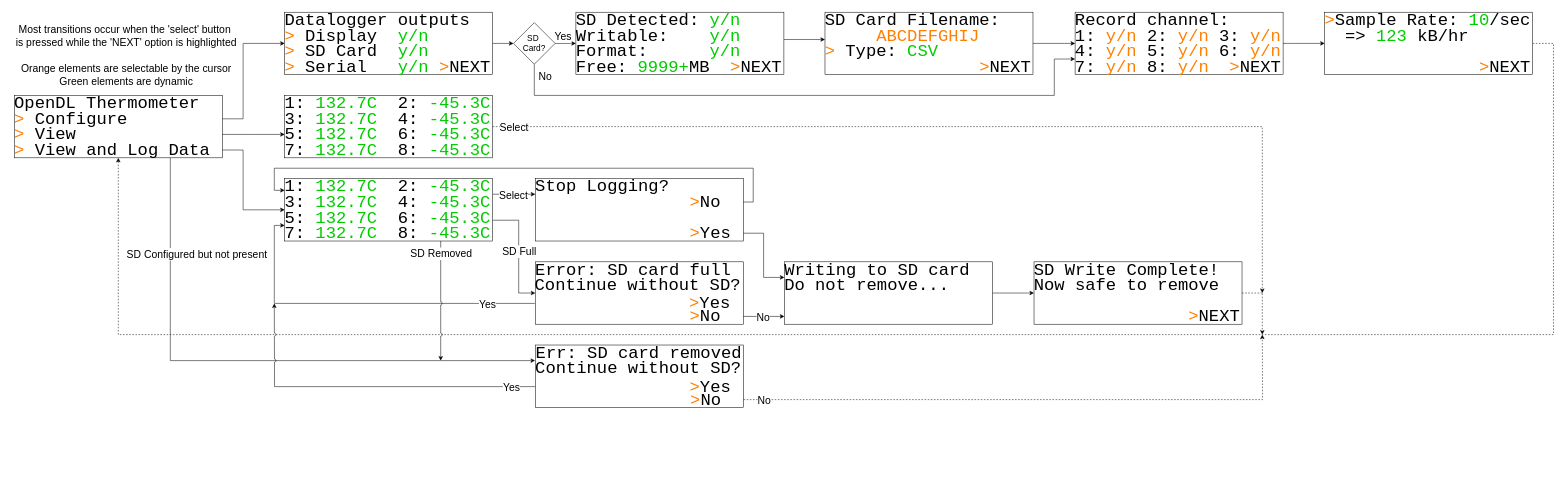
RossPorter506/OpenDataLoggerThermometer keeps this draw.io diagram as software/State Machine.drawio. Above is the earlier version. Source tidied: cells renumbered, new cells numbered last; positions are measured from the earlier drawing's top-left corner, leaving out a move shared by most shapes. Both pictures are drawn from the tidied source at 52%, with x=0, y=0 at pixel (9, 12).
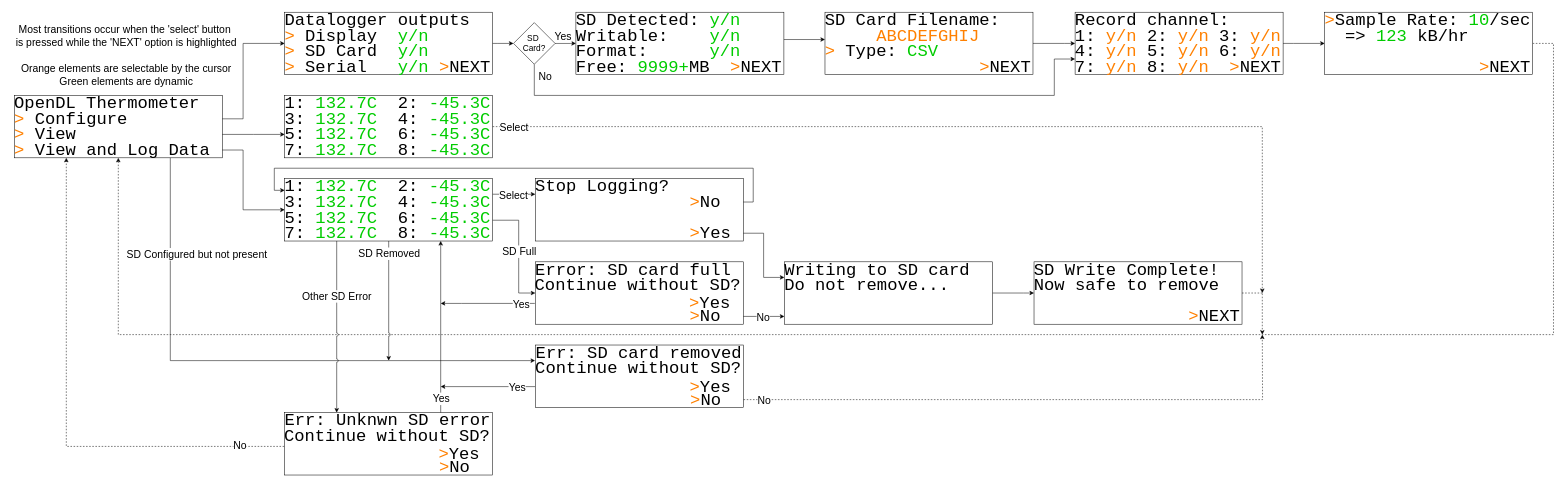
Above is the later version.

Commit message (it also covers changes not shown here):
Overhaul SD card error handling

Unchanged cells that the change refers to:
```xml
<mxCell id="12" value="&lt;font face=&quot;Courier New&quot;&gt;&lt;font color=&quot;#ff8000&quot;&gt;&amp;gt;&lt;/font&gt;&lt;font color=&quot;#00cc00&quot;&gt;&amp;nbsp;&lt;/font&gt;View and Log Data&lt;br&gt;&lt;/font&gt;" style="text;html=1;align=left;verticalAlign=middle;whiteSpace=wrap;rounded=0;fontSize=33;spacingRight=0;spacingTop=0;spacing=0;imageHeight=24;fixedWidth=1;" parent="1" vertex="1">
  <mxGeometry x="10" y="250" width="400" height="30" as="geometry" />
</mxCell>
<mxCell id="81" value="&lt;font face=&quot;Courier New&quot;&gt;&amp;nbsp; &amp;nbsp; &amp;nbsp; &amp;nbsp; &amp;nbsp; &amp;nbsp; &amp;nbsp; &amp;nbsp;&lt;font color=&quot;#ff8000&quot;&gt;&amp;gt;&lt;/font&gt;&lt;/font&gt;&lt;font face=&quot;Courier New&quot;&gt;Yes&lt;br&gt;&lt;/font&gt;" style="text;html=1;align=left;verticalAlign=middle;whiteSpace=wrap;rounded=0;fontSize=33;spacingRight=0;spacingTop=0;spacing=0;imageHeight=24;fixedWidth=1;" parent="1" vertex="1">
  <mxGeometry x="1011" y="545" width="400" height="30" as="geometry" />
</mxCell>
<mxCell id="88" value="&lt;font face=&quot;Courier New&quot;&gt;7: &lt;font color=&quot;#00cc00&quot;&gt;132.7C&lt;/font&gt;&amp;nbsp; 8: &lt;font color=&quot;#00cc00&quot;&gt;-45.3C&lt;/font&gt;&lt;br&gt;&lt;/font&gt;" style="text;html=1;align=left;verticalAlign=middle;whiteSpace=wrap;rounded=0;fontSize=33;spacingRight=0;spacingTop=0;spacing=0;imageHeight=24;fixedWidth=1;" parent="1" vertex="1">
  <mxGeometry x="530" y="410" width="400" height="30" as="geometry" />
</mxCell>
<mxCell id="98" value="&lt;font face=&quot;Courier New&quot;&gt;&amp;nbsp; &amp;nbsp; &amp;nbsp; &amp;nbsp; &amp;nbsp; &amp;nbsp; &amp;nbsp; &amp;nbsp;&lt;font color=&quot;#ff8000&quot;&gt;&amp;gt;&lt;/font&gt;&lt;/font&gt;&lt;font face=&quot;Courier New&quot;&gt;Yes&lt;br&gt;&lt;/font&gt;" style="text;html=1;align=left;verticalAlign=middle;whiteSpace=wrap;rounded=0;fontSize=33;spacingRight=0;spacingTop=0;spacing=0;imageHeight=24;fixedWidth=1;" parent="1" vertex="1">
  <mxGeometry x="1011.5" y="705" width="400" height="30" as="geometry" />
</mxCell>
<mxCell id="99" value="&lt;font face=&quot;Courier New&quot;&gt;Continue without SD?&lt;/font&gt;&lt;font face=&quot;Courier New&quot;&gt;&lt;br&gt;&lt;/font&gt;" style="text;html=1;align=left;verticalAlign=middle;whiteSpace=wrap;rounded=0;fontSize=33;spacingRight=0;spacingTop=0;spacing=0;imageHeight=24;fixedWidth=1;" parent="1" vertex="1">
  <mxGeometry x="1011.5" y="670" width="400" height="30" as="geometry" />
</mxCell>
```

Diff of the diagram source:
```diff
@@
-    <mxCell id="10" style="edgeStyle=orthogonalEdgeStyle;rounded=0;jettySize=auto;html=1;exitX=0.75;exitY=1;exitDx=0;exitDy=0;entryX=0;entryY=0;entryDx=0;entryDy=0;" parent="1" edge="1" source="12" target="99">
+    <mxCell id="10" style="edgeStyle=orthogonalEdgeStyle;rounded=0;jettySize=auto;html=1;exitX=0.75;exitY=1;exitDx=0;exitDy=0;entryX=0;entryY=0;entryDx=0;entryDy=0;jumpStyle=arc;" parent="1" edge="1" source="12" target="99">
       <mxGeometry relative="1" as="geometry">
         <Array as="points">
           <mxPoint x="310" y="670" />
         </Array>
       </mxGeometry>
     </mxCell>
@@
-    <mxCell id="79" style="edgeStyle=orthogonalEdgeStyle;rounded=0;jettySize=auto;html=1;exitX=0;exitY=0.5;exitDx=0;exitDy=0;entryX=0;entryY=0;entryDx=0;entryDy=0;" parent="1" edge="1" source="81">
+    <mxCell id="79" style="edgeStyle=orthogonalEdgeStyle;rounded=0;jettySize=auto;html=1;exitX=0;exitY=0.5;exitDx=0;exitDy=0;" parent="1" edge="1" source="81">
       <mxGeometry relative="1" as="geometry">
-        <mxPoint x="530" y="410" as="targetPoint" />
+        <mxPoint x="830" y="560" as="targetPoint" />
         <Array as="points">
-          <mxPoint x="510" y="560" />
-          <mxPoint x="510" y="410" />
+          <mxPoint x="870" y="560" />
+          <mxPoint x="870" y="560" />
         </Array>
       </mxGeometry>
     </mxCell>
     <mxCell id="80" value="Yes" style="edgeLabel;html=1;align=center;verticalAlign=middle;fontSize=20;" parent="79" vertex="1">
       <mxGeometry x="-0.72" y="-5" relative="1" as="geometry">
-        <mxPoint x="2" y="5" as="offset" />
+        <mxPoint x="-2" y="5" as="offset" />
       </mxGeometry>
     </mxCell>
@@
-    <mxCell id="86" style="edgeStyle=orthogonalEdgeStyle;rounded=0;jettySize=auto;html=1;exitX=0.75;exitY=1;exitDx=0;exitDy=0;jumpStyle=arc;" parent="1" edge="1" source="88">
+    <mxCell id="86" style="edgeStyle=orthogonalEdgeStyle;rounded=0;jettySize=auto;html=1;exitX=0.5;exitY=1;exitDx=0;exitDy=0;jumpStyle=arc;" parent="1" edge="1" source="88">
       <mxGeometry relative="1" as="geometry">
-        <mxPoint x="830" y="670" as="targetPoint" />
+        <mxPoint x="730" y="670" as="targetPoint" />
         <Array as="points">
-          <mxPoint x="830" y="670" />
+          <mxPoint x="730" y="670" />
         </Array>
       </mxGeometry>
     </mxCell>
@@
+    <mxCell id="100" style="edgeStyle=orthogonalEdgeStyle;rounded=0;jettySize=auto;html=1;exitX=0.25;exitY=1;exitDx=0;exitDy=0;entryX=0.25;entryY=0;entryDx=0;entryDy=0;jumpStyle=arc;" parent="1" edge="1" source="88" target="105">
+      <mxGeometry relative="1" as="geometry" />
+    </mxCell>
+    <mxCell id="101" value="Other SD Error" style="edgeLabel;html=1;align=center;verticalAlign=middle;fontSize=20;" parent="100" vertex="1">
+      <mxGeometry x="-0.6" y="-1" relative="1" as="geometry">
+        <mxPoint y="39" as="offset" />
+      </mxGeometry>
+    </mxCell>
@@
     <mxCell id="96" style="edgeStyle=orthogonalEdgeStyle;rounded=0;jettySize=auto;html=1;exitX=0;exitY=0.5;exitDx=0;exitDy=0;jumpStyle=arc;" parent="1" edge="1" source="98">
       <mxGeometry relative="1" as="geometry">
-        <mxPoint x="510" y="560" as="targetPoint" />
+        <mxPoint x="830" y="720" as="targetPoint" />
       </mxGeometry>
     </mxCell>
     <mxCell id="97" value="Yes" style="edgeLabel;html=1;align=center;verticalAlign=middle;fontSize=20;" parent="96" vertex="1">
-      <mxGeometry x="-0.86" relative="1" as="geometry" />
+      <mxGeometry x="-0.86" relative="1" as="geometry">
+        <mxPoint x="-22" as="offset" />
+      </mxGeometry>
     </mxCell>
@@
+    <mxCell id="102" style="rounded=0;whiteSpace=wrap;html=1;" parent="1" vertex="1">
+      <mxGeometry x="530" y="770" width="400" height="120" as="geometry" />
+    </mxCell>
+    <mxCell id="103" value="&lt;font face=&quot;Courier New&quot;&gt;&amp;nbsp; &amp;nbsp; &amp;nbsp; &amp;nbsp; &amp;nbsp; &amp;nbsp; &amp;nbsp; &amp;nbsp;&lt;font color=&quot;#ff8000&quot;&gt;&amp;gt;&lt;/font&gt;No&lt;/font&gt;" style="text;html=1;align=left;verticalAlign=middle;whiteSpace=wrap;rounded=0;fontSize=33;spacingRight=0;spacingTop=0;spacing=0;imageHeight=24;fixedWidth=1;" parent="1" vertex="1">
+      <mxGeometry x="530" y="860" width="400" height="30" as="geometry" />
+    </mxCell>
+    <mxCell id="104" style="edgeStyle=orthogonalEdgeStyle;rounded=0;jettySize=auto;html=1;exitX=0.75;exitY=0;exitDx=0;exitDy=0;entryX=0.75;entryY=1;entryDx=0;entryDy=0;" parent="1" edge="1" source="105" target="88">
+      <mxGeometry relative="1" as="geometry" />
+    </mxCell>
+    <mxCell id="105" value="&lt;font face=&quot;Courier New&quot;&gt;Err: Unknwn SD error&lt;br&gt;&lt;/font&gt;" style="text;html=1;align=left;verticalAlign=middle;whiteSpace=wrap;rounded=0;fontSize=33;spacingRight=0;spacingTop=0;spacing=0;imageHeight=24;fixedWidth=1;" parent="1" vertex="1">
+      <mxGeometry x="530" y="770" width="400" height="30" as="geometry" />
+    </mxCell>
+    <mxCell id="106" style="edgeStyle=orthogonalEdgeStyle;rounded=0;jettySize=auto;html=1;exitX=0;exitY=0;exitDx=0;exitDy=0;entryX=0.25;entryY=1;entryDx=0;entryDy=0;dashed=1;" parent="1" edge="1" source="107" target="12">
+      <mxGeometry relative="1" as="geometry">
+        <Array as="points">
+          <mxPoint x="110" y="835" />
+        </Array>
+      </mxGeometry>
+    </mxCell>
+    <mxCell id="107" value="&lt;font face=&quot;Courier New&quot;&gt;&amp;nbsp; &amp;nbsp; &amp;nbsp; &amp;nbsp; &amp;nbsp; &amp;nbsp; &amp;nbsp; &amp;nbsp;&lt;font color=&quot;#ff8000&quot;&gt;&amp;gt;&lt;/font&gt;&lt;/font&gt;&lt;font face=&quot;Courier New&quot;&gt;Yes&lt;br&gt;&lt;/font&gt;" style="text;html=1;align=left;verticalAlign=middle;whiteSpace=wrap;rounded=0;fontSize=33;spacingRight=0;spacingTop=0;spacing=0;imageHeight=24;fixedWidth=1;" parent="1" vertex="1">
+      <mxGeometry x="529" y="835" width="400" height="30" as="geometry" />
+    </mxCell>
+    <mxCell id="108" value="&lt;font face=&quot;Courier New&quot;&gt;Continue without SD?&lt;/font&gt;&lt;font face=&quot;Courier New&quot;&gt;&lt;br&gt;&lt;/font&gt;" style="text;html=1;align=left;verticalAlign=middle;whiteSpace=wrap;rounded=0;fontSize=33;spacingRight=0;spacingTop=0;spacing=0;imageHeight=24;fixedWidth=1;" parent="1" vertex="1">
+      <mxGeometry x="529" y="800" width="400" height="30" as="geometry" />
+    </mxCell>
+    <mxCell id="109" value="No" style="edgeLabel;html=1;align=center;verticalAlign=middle;fontSize=20;" parent="1" vertex="1">
+      <mxGeometry x="450" y="830" as="geometry">
+        <mxPoint x="-7" y="2" as="offset" />
+      </mxGeometry>
+    </mxCell>
+    <mxCell id="110" value="Yes" style="edgeLabel;html=1;align=center;verticalAlign=middle;fontSize=20;" parent="1" vertex="1">
+      <mxGeometry x="850" y="745" as="geometry">
+        <mxPoint x="-20" y="-3" as="offset" />
+      </mxGeometry>
+    </mxCell>
```
